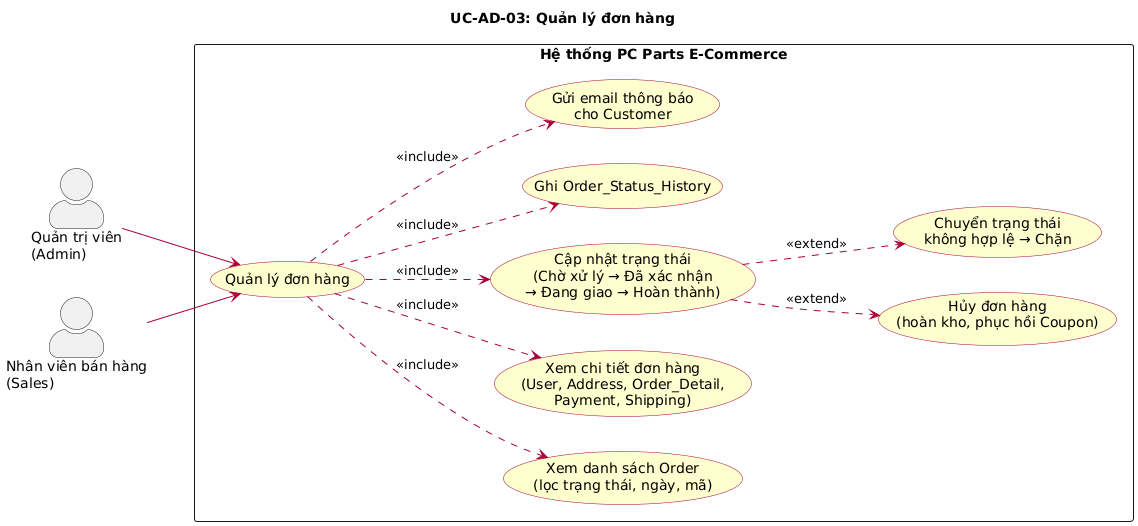
Earlier version of the PlantUML export docs/diagrams/images/uc_AD03_quan_ly_don_hang.png (huuhieu56/PC-Parts-ECommerce). Its diagram source:
```plantuml
@startuml
left to right direction
skinparam actorStyle awesome
skinparam packageStyle rectangle
skinparam usecase {
  BackgroundColor #FEFECE
  BorderColor #A80036
  ArrowColor #A80036
}

title UC-AD-03: Quản lý đơn hàng

actor "Quản trị viên\n(Admin)" as Admin
actor "Nhân viên bán hàng\n(Sales)" as Sales

rectangle "Hệ thống PC Parts E-Commerce" {
  usecase "Quản lý đơn hàng" as UC_ORDER
  usecase "Xem danh sách Order\n(lọc trạng thái, ngày, mã)" as UC_LIST
  usecase "Xem chi tiết đơn hàng\n(User, Address, Order_Detail,\nPayment, Shipping)" as UC_DETAIL
  usecase "Cập nhật trạng thái\n(Chờ xử lý → Đã xác nhận\n→ Đang giao → Hoàn thành)" as UC_UPDATE
  usecase "Hủy đơn hàng\n(hoàn kho, phục hồi Coupon)" as UC_CANCEL
  usecase "Ghi Order_Status_History" as UC_HISTORY
  usecase "Gửi email thông báo\ncho Customer" as UC_EMAIL
  usecase "Chuyển trạng thái\nkhông hợp lệ → Chặn" as UC_ERR_INVALID
}

Admin --> UC_ORDER
Sales --> UC_ORDER

UC_ORDER ..> UC_LIST : <<include>>
UC_ORDER ..> UC_DETAIL : <<include>>
UC_ORDER ..> UC_UPDATE : <<include>>
UC_ORDER ..> UC_HISTORY : <<include>>
UC_ORDER ..> UC_EMAIL : <<include>>
UC_UPDATE ..> UC_CANCEL : <<extend>>
UC_UPDATE ..> UC_ERR_INVALID : <<extend>>
@enduml
```
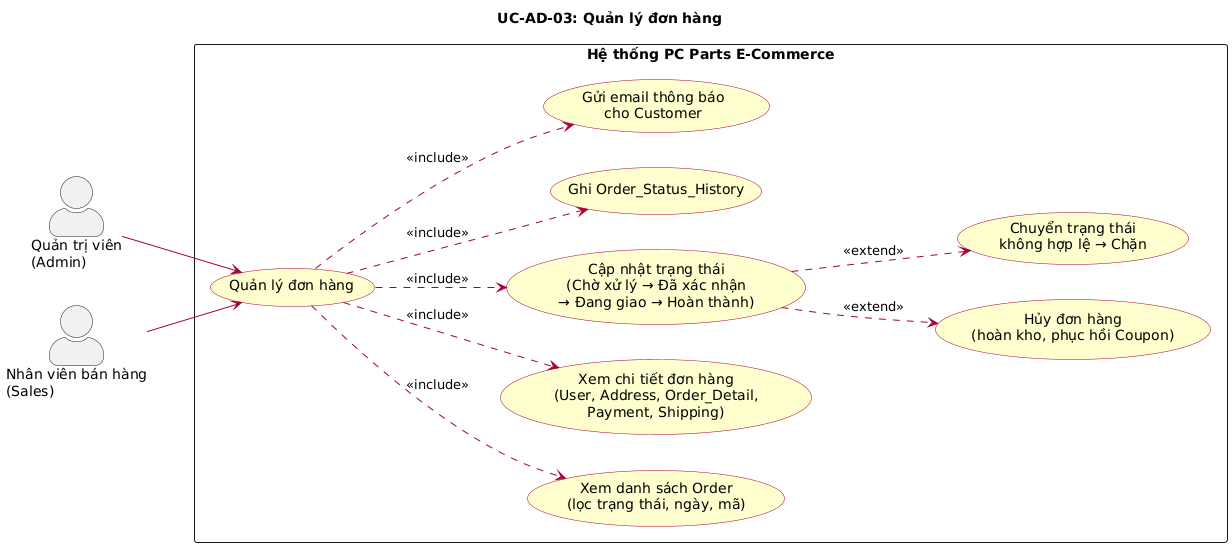
After the commit.

The edit, as a diff of the source:
```diff
@@ -1,4 +1,4 @@
-@startuml
+@startuml uc_AD03_quan_ly_don_hang
 left to right direction
 skinparam actorStyle awesome
 skinparam packageStyle rectangle
@@ -34,4 +34,5 @@
 UC_ORDER ..> UC_EMAIL : <<include>>
 UC_UPDATE ..> UC_CANCEL : <<extend>>
 UC_UPDATE ..> UC_ERR_INVALID : <<extend>>
+
 @enduml
```
